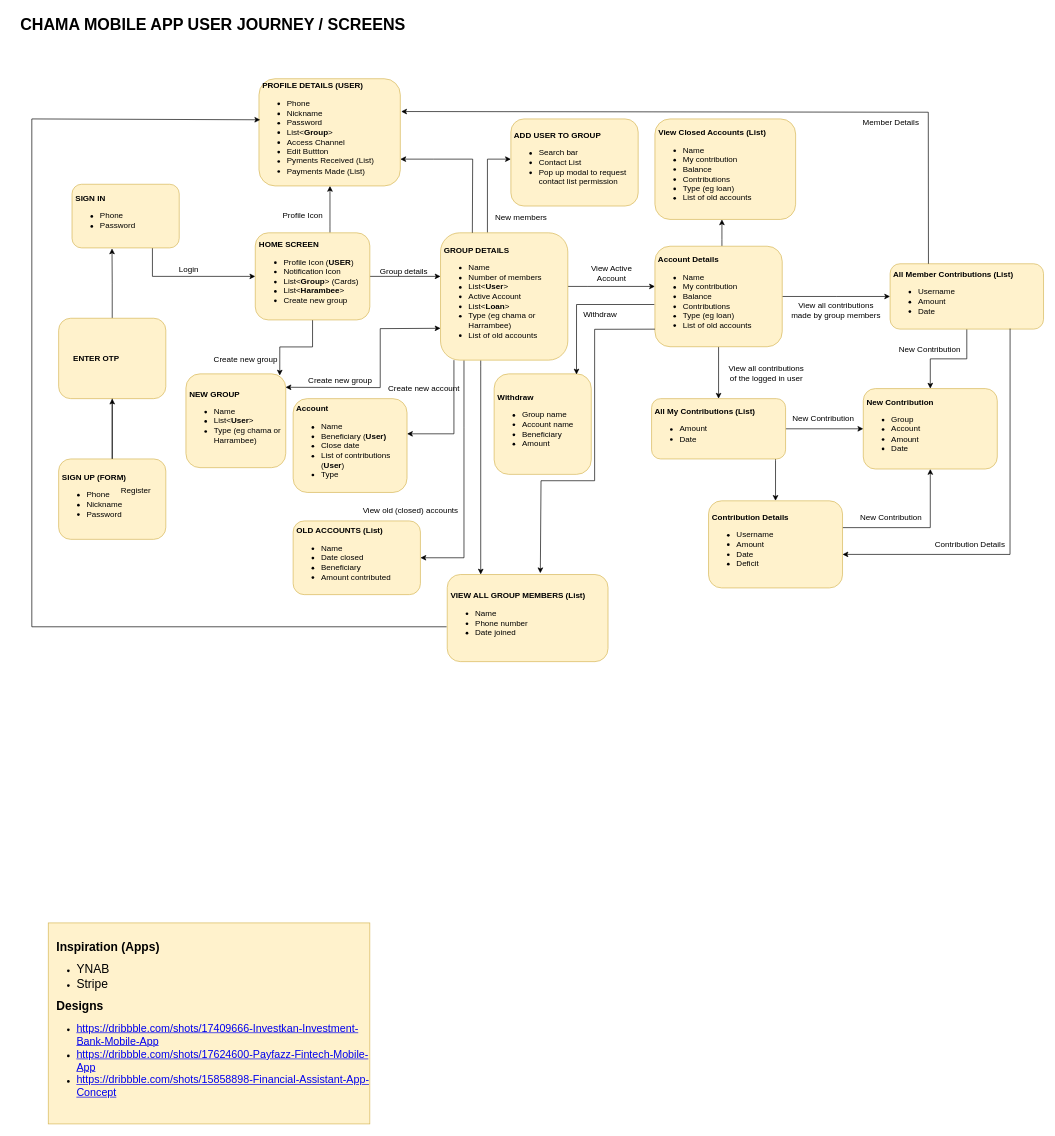
Above: chama-design.drawio in kotikoB/kotikoB (draw.io), before the change. Source tidied: cells renumbered, new cells numbered last; positions are measured from the earlier drawing's top-left corner, leaving out a move shared by most shapes. Both pictures are drawn from the tidied source at 67%, with x=0, y=0 at pixel (11, 11).
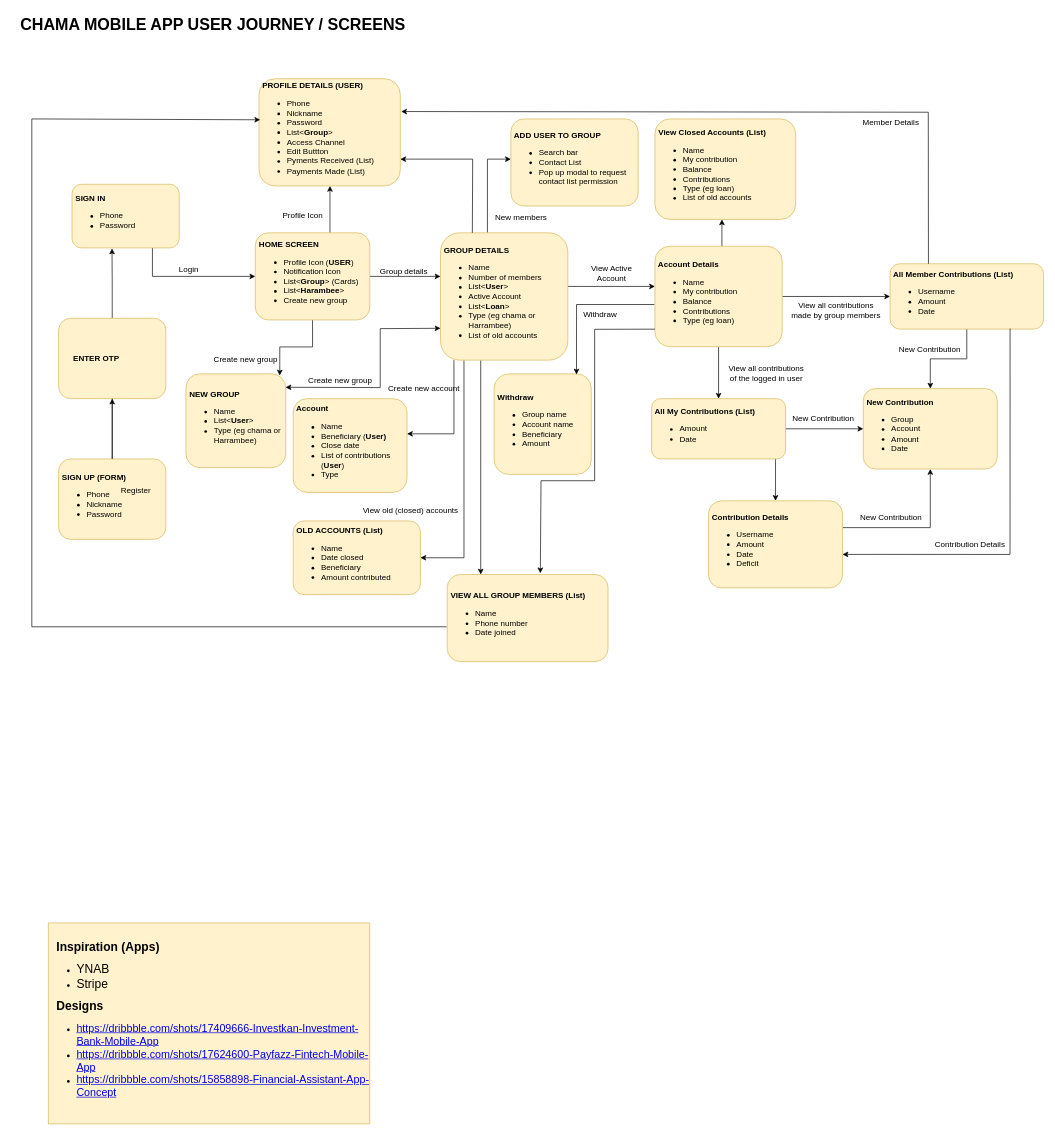
The same page after the edit.

What changed in the source:
```diff
@@
-    <mxCell id="32" value="&lt;b&gt;&lt;span style=&quot;white-space: pre;&quot;&gt; Account Details&lt;/span&gt;&lt;/b&gt;&lt;br&gt;&lt;ul&gt;&lt;li&gt;Name&lt;br&gt;&lt;/li&gt;&lt;li&gt;My contribution&lt;/li&gt;&lt;li&gt;Balance&lt;/li&gt;&lt;li&gt;Contributions&amp;nbsp;&lt;/li&gt;&lt;li&gt;Type (eg loan)&lt;br&gt;&lt;/li&gt;&lt;li&gt;List of old accounts&lt;/li&gt;&lt;/ul&gt;" style="whiteSpace=wrap;html=1;align=left;rounded=1;fillColor=#fff2cc;strokeColor=#d6b656;" parent="1" vertex="1">
+    <mxCell id="32" value="&lt;b&gt;&lt;span style=&quot;white-space: pre;&quot;&gt; Account Details&lt;/span&gt;&lt;/b&gt;&lt;br&gt;&lt;ul&gt;&lt;li&gt;Name&lt;br&gt;&lt;/li&gt;&lt;li&gt;My contribution&lt;/li&gt;&lt;li&gt;Balance&lt;/li&gt;&lt;li&gt;Contributions&amp;nbsp;&lt;/li&gt;&lt;li&gt;Type (eg loan)&lt;/li&gt;&lt;/ul&gt;" style="whiteSpace=wrap;html=1;align=left;rounded=1;fillColor=#fff2cc;strokeColor=#d6b656;" parent="1" vertex="1">
       <mxGeometry x="960" y="350" width="190" height="150" as="geometry" />
     </mxCell>
```
